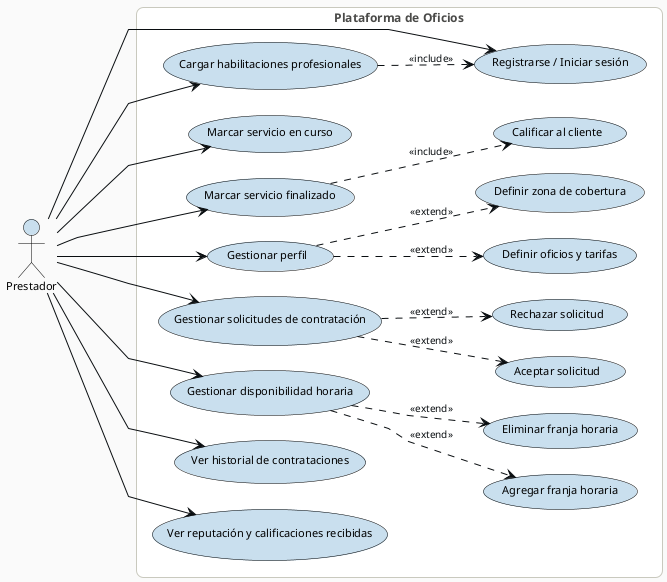
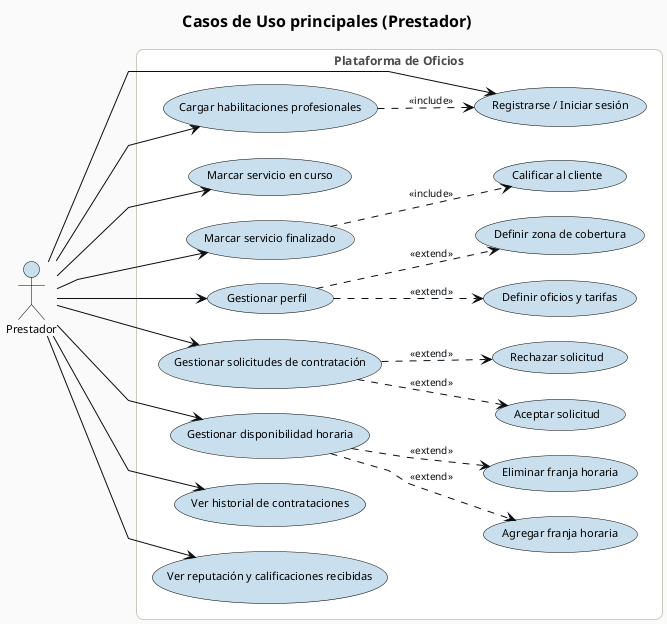
@startuml
- 
+ title Casos de Uso principales (Prestador)
left to right direction
- skinparam linetype polyline

' === Modern soft theme ===
skinparam backgroundColor #FAFAFA
skinparam defaultFontName Helvetica
skinparam defaultFontSize 11
skinparam titleFontSize 16
skinparam titleFontStyle bold
skinparam shadowing false
skinparam roundCorner 14
skinparam nodesep 25
skinparam ranksep 40
skinparam linetype polyline

skinparam usecase {
    BackgroundColor       #C9DFEE
    BorderColor           #000000
    FontColor             #000000
    FontName              Helvetica
    FontSize              11
}

skinparam actor {
    BackgroundColor       #C9DFEE
    BorderColor           #000000
    FontColor             #000000
    FontName              Helvetica
    FontSize              11
}

skinparam rectangle {
    BackgroundColor #FFFFFF
    BorderColor     #C9C9BE
    FontColor       #4A4A48
    FontStyle       bold
    FontSize        12
}

skinparam arrow {
    Color     #090D10
    FontColor #090D10
    FontSize  10
    Thickness 1
}

skinparam note {
    BackgroundColor #FFF8E1
    BorderColor     #C9B05E
    FontColor       #3A2E0A
}

actor "Prestador" as prestador

rectangle "Plataforma de Oficios" {

  usecase "Registrarse / Iniciar sesión" as login
  usecase "Cargar habilitaciones profesionales" as cargarHabilitaciones

  usecase "Marcar servicio en curso" as marcarServicioEnCurso
  usecase "Marcar servicio finalizado" as marcarServicioFinalizado
  usecase "Calificar al cliente" as calificarCliente

  usecase "Gestionar perfil" as gestionarPerfil
  usecase "Definir oficios y tarifas" as definirOficiosTarifas
  usecase "Definir zona de cobertura" as definirZonaCobertura

  usecase "Gestionar solicitudes de contratación" as gestionarSolicitudes
  usecase "Aceptar solicitud" as aceptarSolicitud
  usecase "Rechazar solicitud" as rechazarSolicitud

  usecase "Gestionar disponibilidad horaria" as gestionarDisponibilidad
  usecase "Agregar franja horaria" as agregarFranjaHoraria
  usecase "Eliminar franja horaria" as eliminarFranjaHoraria

  usecase "Ver historial de contrataciones" as verHistorialContrataciones
  usecase "Ver reputación y calificaciones recibidas" as verReputacion
}

prestador ----> login
prestador --> cargarHabilitaciones
prestador --> gestionarPerfil
prestador --> gestionarDisponibilidad
prestador --> gestionarSolicitudes
prestador --> marcarServicioEnCurso
prestador --> marcarServicioFinalizado
prestador --> verHistorialContrataciones
prestador --> verReputacion

cargarHabilitaciones ..> login : <<include>>

gestionarPerfil ..> definirOficiosTarifas : <<extend>>
gestionarPerfil ..> definirZonaCobertura : <<extend>>

gestionarDisponibilidad ..> agregarFranjaHoraria : <<extend>>
gestionarDisponibilidad ..> eliminarFranjaHoraria : <<extend>>

gestionarSolicitudes ..> aceptarSolicitud : <<extend>>
gestionarSolicitudes ..> rechazarSolicitud : <<extend>>

marcarServicioFinalizado ..> calificarCliente : <<include>>

@enduml